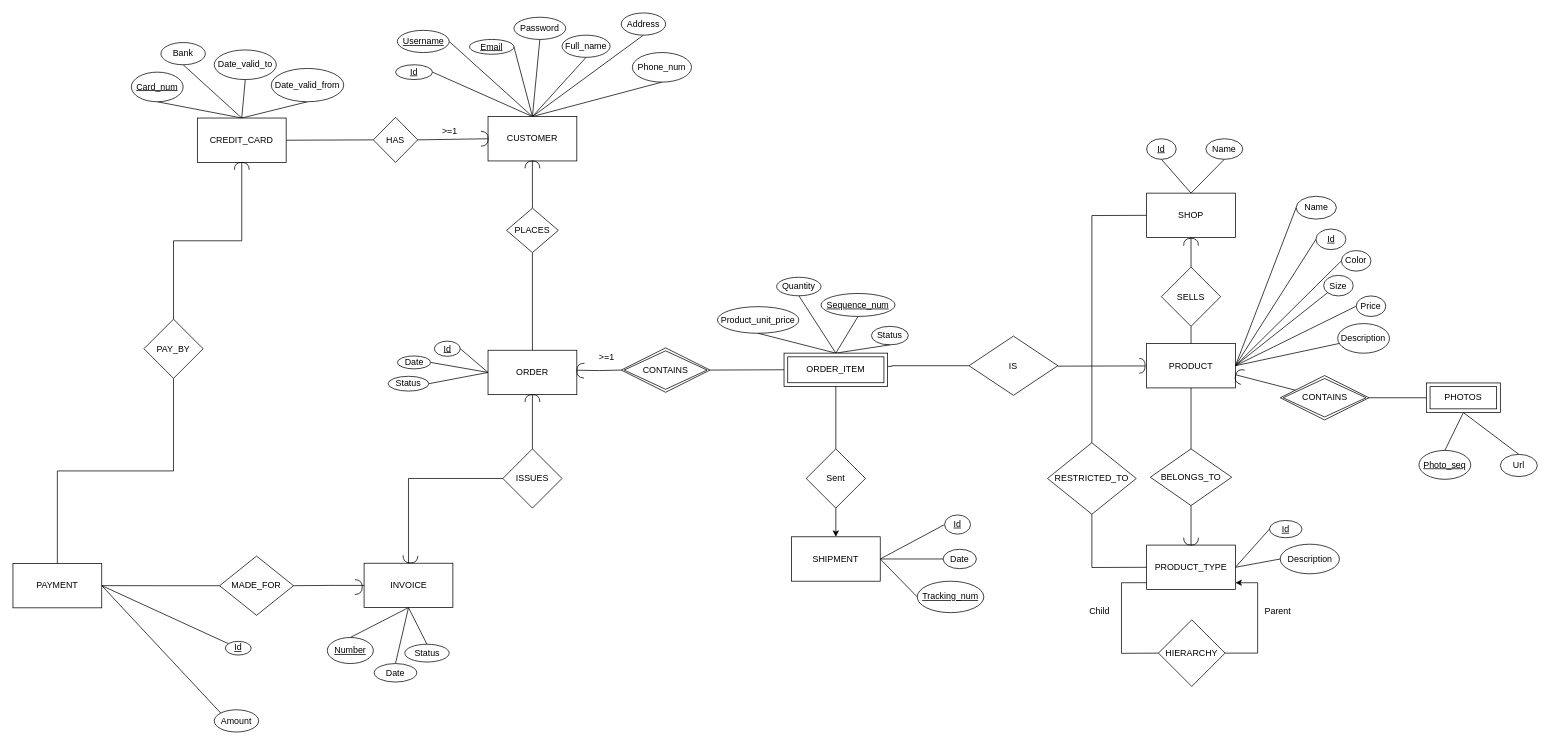
Above: ERD_1.4.drawio in Anthony-Zou/CZ2007-INTRO-TO-DATABASE (draw.io), before the change. Source tidied: cells renumbered, new cells numbered last; positions are measured from the earlier drawing's top-left corner, leaving out a move shared by most shapes. Both pictures are drawn from the tidied source at 74%, with x=0, y=0 at pixel (13, 13).
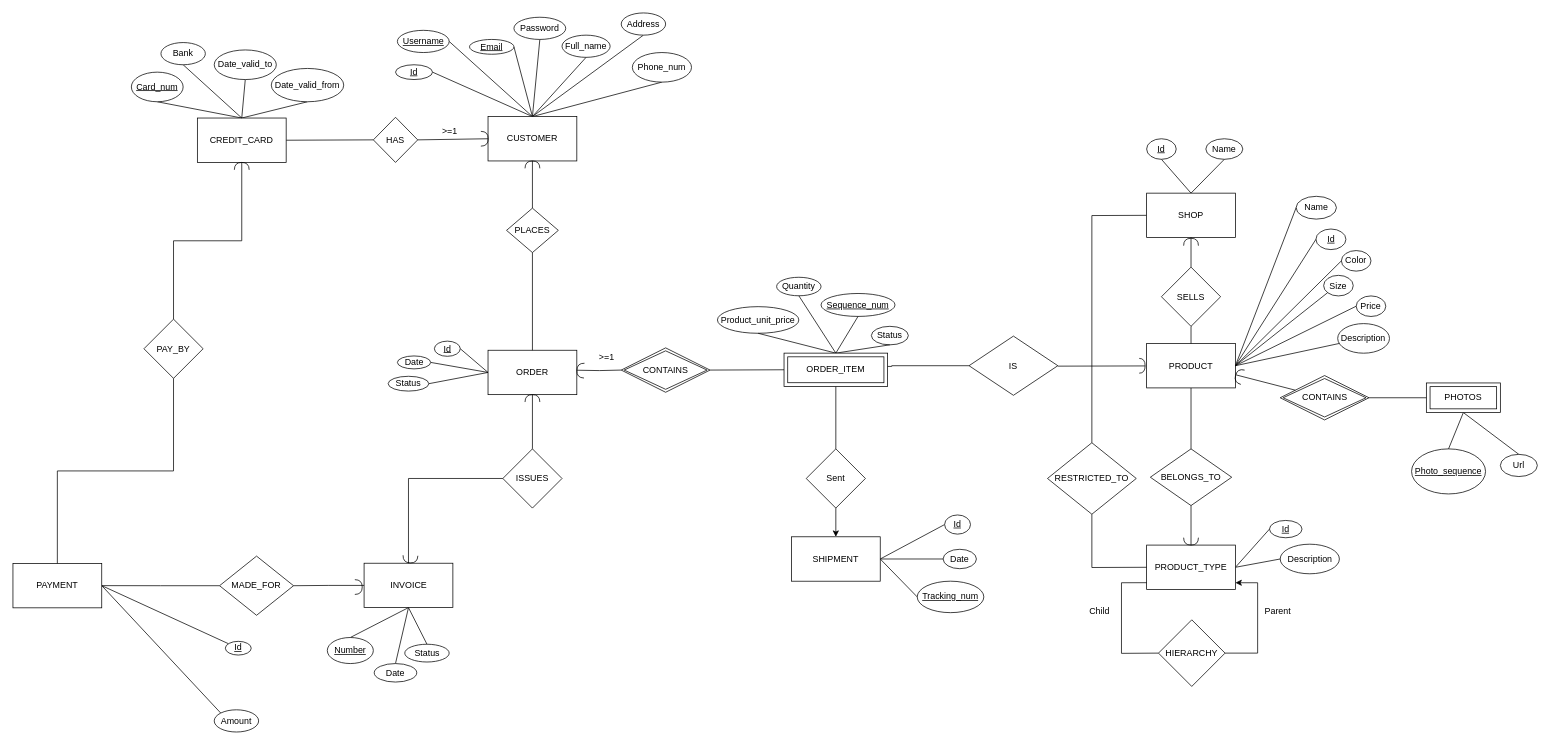
The same page after the edit.

The edit, as a diff of the source:
```diff
@@
-    <mxCell id="154" value="&lt;u&gt;Photo_seq&lt;/u&gt;" style="ellipse;whiteSpace=wrap;html=1;" parent="1" vertex="1">
-      <mxGeometry x="1900" y="591.2" width="70" height="39" as="geometry" />
+    <mxCell id="154" value="&lt;u&gt;Photo_sequence&lt;/u&gt;" style="ellipse;whiteSpace=wrap;html=1;rotation=0;" parent="1" vertex="1">
+      <mxGeometry x="1890" y="589.1" width="100" height="60.9" as="geometry" />
     </mxCell>
```
